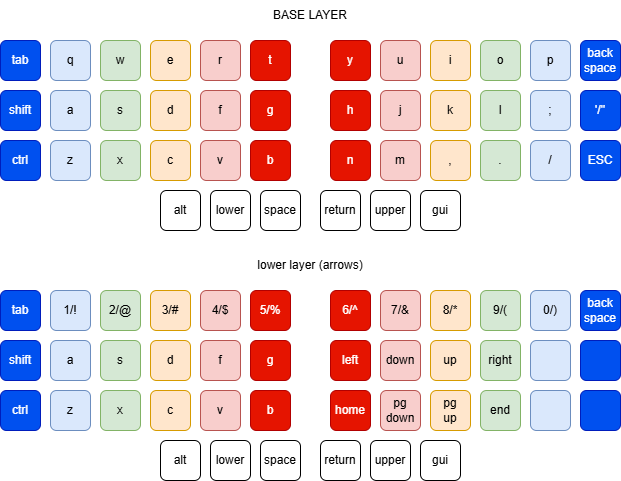
The draw.io diagram Laybout.png in nlarsen31/zmk-config, before a commit. Source tidied: cells renumbered, new cells last; positions are measured from the earlier drawing's top-left corner, leaving out a move shared by most shapes.
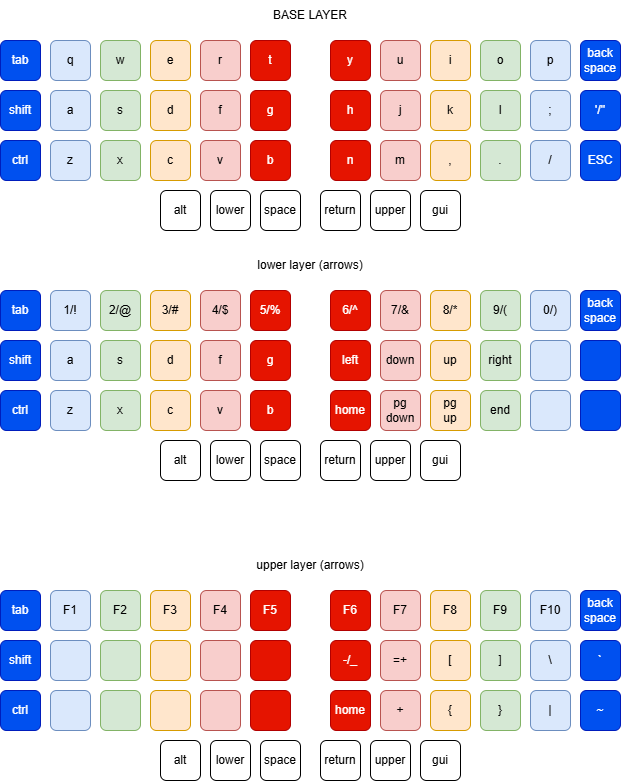
Above is the later version.

What changed in the source:
```diff
@@ -260,5 +260,134 @@
     <mxCell id="87" value="lower layer (arrows)" style="text;html=1;align=center;verticalAlign=middle;whiteSpace=wrap;rounded=1;" parent="1" vertex="1">
       <mxGeometry y="250" width="620" height="30" as="geometry" />
     </mxCell>
+    <mxCell id="88" value="tab" style="rounded=1;whiteSpace=wrap;html=1;fillColor=#0050ef;strokeColor=#001DBC;glass=0;shadow=0;fontColor=#ffffff;" parent="1" vertex="1">
+      <mxGeometry y="590" width="40" height="40" as="geometry" />
+    </mxCell>
+    <mxCell id="89" value="F1" style="rounded=1;whiteSpace=wrap;html=1;fillColor=#dae8fc;strokeColor=#6c8ebf;" parent="1" vertex="1">
+      <mxGeometry x="50" y="590" width="40" height="40" as="geometry" />
+    </mxCell>
+    <mxCell id="90" value="F2" style="rounded=1;whiteSpace=wrap;html=1;fillColor=#d5e8d4;strokeColor=#82b366;" parent="1" vertex="1">
+      <mxGeometry x="100" y="590" width="40" height="40" as="geometry" />
+    </mxCell>
+    <mxCell id="91" value="F3" style="rounded=1;whiteSpace=wrap;html=1;fillColor=#ffe6cc;strokeColor=#d79b00;" parent="1" vertex="1">
+      <mxGeometry x="150" y="590" width="40" height="40" as="geometry" />
+    </mxCell>
+    <mxCell id="92" value="F4" style="rounded=1;whiteSpace=wrap;html=1;fillColor=#f8cecc;strokeColor=#b85450;" parent="1" vertex="1">
+      <mxGeometry x="200" y="590" width="40" height="40" as="geometry" />
+    </mxCell>
+    <mxCell id="93" value="F5" style="rounded=1;whiteSpace=wrap;html=1;fillColor=#e51400;strokeColor=#B20000;fontColor=#ffffff;" parent="1" vertex="1">
+      <mxGeometry x="250" y="590" width="40" height="40" as="geometry" />
+    </mxCell>
+    <mxCell id="94" value="shift" style="rounded=1;whiteSpace=wrap;html=1;fillColor=#0050ef;strokeColor=#001DBC;glass=0;shadow=0;fontColor=#ffffff;" parent="1" vertex="1">
+      <mxGeometry y="640" width="40" height="40" as="geometry" />
+    </mxCell>
+    <mxCell id="95" style="rounded=1;whiteSpace=wrap;html=1;fillColor=#dae8fc;strokeColor=#6c8ebf;" parent="1" vertex="1">
+      <mxGeometry x="50" y="640" width="40" height="40" as="geometry" />
+    </mxCell>
+    <mxCell id="96" style="rounded=1;whiteSpace=wrap;html=1;fillColor=#d5e8d4;strokeColor=#82b366;" parent="1" vertex="1">
+      <mxGeometry x="100" y="640" width="40" height="40" as="geometry" />
+    </mxCell>
+    <mxCell id="97" style="rounded=1;whiteSpace=wrap;html=1;fillColor=#ffe6cc;strokeColor=#d79b00;" parent="1" vertex="1">
+      <mxGeometry x="150" y="640" width="40" height="40" as="geometry" />
+    </mxCell>
+    <mxCell id="98" style="rounded=1;whiteSpace=wrap;html=1;fillColor=#f8cecc;strokeColor=#b85450;" parent="1" vertex="1">
+      <mxGeometry x="200" y="640" width="40" height="40" as="geometry" />
+    </mxCell>
+    <mxCell id="99" style="rounded=1;whiteSpace=wrap;html=1;fillColor=#e51400;strokeColor=#B20000;fontColor=#ffffff;" parent="1" vertex="1">
+      <mxGeometry x="250" y="640" width="40" height="40" as="geometry" />
+    </mxCell>
+    <mxCell id="100" value="ctrl" style="rounded=1;whiteSpace=wrap;html=1;fillColor=#0050ef;strokeColor=#001DBC;glass=0;shadow=0;fontColor=#ffffff;" parent="1" vertex="1">
+      <mxGeometry y="690" width="40" height="40" as="geometry" />
+    </mxCell>
+    <mxCell id="101" style="rounded=1;whiteSpace=wrap;html=1;fillColor=#dae8fc;strokeColor=#6c8ebf;" parent="1" vertex="1">
+      <mxGeometry x="50" y="690" width="40" height="40" as="geometry" />
+    </mxCell>
+    <mxCell id="102" style="rounded=1;whiteSpace=wrap;html=1;fillColor=#d5e8d4;strokeColor=#82b366;" parent="1" vertex="1">
+      <mxGeometry x="100" y="690" width="40" height="40" as="geometry" />
+    </mxCell>
+    <mxCell id="103" style="rounded=1;whiteSpace=wrap;html=1;fillColor=#ffe6cc;strokeColor=#d79b00;" parent="1" vertex="1">
+      <mxGeometry x="150" y="690" width="40" height="40" as="geometry" />
+    </mxCell>
+    <mxCell id="104" style="rounded=1;whiteSpace=wrap;html=1;fillColor=#f8cecc;strokeColor=#b85450;" parent="1" vertex="1">
+      <mxGeometry x="200" y="690" width="40" height="40" as="geometry" />
+    </mxCell>
+    <mxCell id="105" style="rounded=1;whiteSpace=wrap;html=1;fillColor=#e51400;strokeColor=#B20000;fontColor=#ffffff;" parent="1" vertex="1">
+      <mxGeometry x="250" y="690" width="40" height="40" as="geometry" />
+    </mxCell>
+    <mxCell id="106" value="F6" style="rounded=1;whiteSpace=wrap;html=1;fillColor=#e51400;strokeColor=#B20000;fontColor=#ffffff;" parent="1" vertex="1">
+      <mxGeometry x="330" y="590" width="40" height="40" as="geometry" />
+    </mxCell>
+    <mxCell id="107" value="F7" style="rounded=1;whiteSpace=wrap;html=1;fillColor=#f8cecc;strokeColor=#b85450;" parent="1" vertex="1">
+      <mxGeometry x="380" y="590" width="40" height="40" as="geometry" />
+    </mxCell>
+    <mxCell id="108" value="F8" style="rounded=1;whiteSpace=wrap;html=1;fillColor=#ffe6cc;strokeColor=#d79b00;" parent="1" vertex="1">
+      <mxGeometry x="430" y="590" width="40" height="40" as="geometry" />
+    </mxCell>
+    <mxCell id="109" value="F9" style="rounded=1;whiteSpace=wrap;html=1;fillColor=#d5e8d4;strokeColor=#82b366;" parent="1" vertex="1">
+      <mxGeometry x="480" y="590" width="40" height="40" as="geometry" />
+    </mxCell>
+    <mxCell id="110" value="F10" style="rounded=1;whiteSpace=wrap;html=1;fillColor=#dae8fc;strokeColor=#6c8ebf;" parent="1" vertex="1">
+      <mxGeometry x="530" y="590" width="40" height="40" as="geometry" />
+    </mxCell>
+    <mxCell id="111" value="back&lt;div&gt;space&lt;/div&gt;" style="rounded=1;whiteSpace=wrap;html=1;fillColor=#0050ef;strokeColor=#001DBC;fontColor=#ffffff;" parent="1" vertex="1">
+      <mxGeometry x="580" y="590" width="40" height="40" as="geometry" />
+    </mxCell>
+    <mxCell id="112" value="-/_" style="rounded=1;whiteSpace=wrap;html=1;fillColor=#e51400;strokeColor=#B20000;fontColor=#ffffff;" parent="1" vertex="1">
+      <mxGeometry x="330" y="640" width="40" height="40" as="geometry" />
+    </mxCell>
+    <mxCell id="113" value="=+" style="rounded=1;whiteSpace=wrap;html=1;fillColor=#f8cecc;strokeColor=#b85450;" parent="1" vertex="1">
+      <mxGeometry x="380" y="640" width="40" height="40" as="geometry" />
+    </mxCell>
+    <mxCell id="114" value="[" style="rounded=1;whiteSpace=wrap;html=1;fillColor=#ffe6cc;strokeColor=#d79b00;" parent="1" vertex="1">
+      <mxGeometry x="430" y="640" width="40" height="40" as="geometry" />
+    </mxCell>
+    <mxCell id="115" value="]" style="rounded=1;whiteSpace=wrap;html=1;fillColor=#d5e8d4;strokeColor=#82b366;" parent="1" vertex="1">
+      <mxGeometry x="480" y="640" width="40" height="40" as="geometry" />
+    </mxCell>
+    <mxCell id="116" value="\" style="rounded=1;whiteSpace=wrap;html=1;fillColor=#dae8fc;strokeColor=#6c8ebf;" parent="1" vertex="1">
+      <mxGeometry x="530" y="640" width="40" height="40" as="geometry" />
+    </mxCell>
+    <mxCell id="117" value="`" style="rounded=1;whiteSpace=wrap;html=1;fillColor=#0050ef;strokeColor=#001DBC;fontColor=#ffffff;" parent="1" vertex="1">
+      <mxGeometry x="580" y="640" width="40" height="40" as="geometry" />
+    </mxCell>
+    <mxCell id="118" value="home" style="rounded=1;whiteSpace=wrap;html=1;fillColor=#e51400;strokeColor=#B20000;fontColor=#ffffff;" parent="1" vertex="1">
+      <mxGeometry x="330" y="690" width="40" height="40" as="geometry" />
+    </mxCell>
+    <mxCell id="119" value="+" style="rounded=1;whiteSpace=wrap;html=1;fillColor=#f8cecc;strokeColor=#b85450;" parent="1" vertex="1">
+      <mxGeometry x="380" y="690" width="40" height="40" as="geometry" />
+    </mxCell>
+    <mxCell id="120" value="{" style="rounded=1;whiteSpace=wrap;html=1;fillColor=#ffe6cc;strokeColor=#d79b00;" parent="1" vertex="1">
+      <mxGeometry x="430" y="690" width="40" height="40" as="geometry" />
+    </mxCell>
+    <mxCell id="121" value="}" style="rounded=1;whiteSpace=wrap;html=1;fillColor=#d5e8d4;strokeColor=#82b366;" parent="1" vertex="1">
+      <mxGeometry x="480" y="690" width="40" height="40" as="geometry" />
+    </mxCell>
+    <mxCell id="122" value="|" style="rounded=1;whiteSpace=wrap;html=1;fillColor=#dae8fc;strokeColor=#6c8ebf;" parent="1" vertex="1">
+      <mxGeometry x="530" y="690" width="40" height="40" as="geometry" />
+    </mxCell>
+    <mxCell id="123" value="~" style="rounded=1;whiteSpace=wrap;html=1;fillColor=#0050ef;strokeColor=#001DBC;fontColor=#ffffff;" parent="1" vertex="1">
+      <mxGeometry x="580" y="690" width="40" height="40" as="geometry" />
+    </mxCell>
+    <mxCell id="124" value="alt" style="rounded=1;whiteSpace=wrap;html=1;" parent="1" vertex="1">
+      <mxGeometry x="160" y="740" width="40" height="40" as="geometry" />
+    </mxCell>
+    <mxCell id="125" value="lower" style="rounded=1;whiteSpace=wrap;html=1;" parent="1" vertex="1">
+      <mxGeometry x="210" y="740" width="40" height="40" as="geometry" />
+    </mxCell>
+    <mxCell id="126" value="space" style="rounded=1;whiteSpace=wrap;html=1;" parent="1" vertex="1">
+      <mxGeometry x="260" y="740" width="40" height="40" as="geometry" />
+    </mxCell>
+    <mxCell id="127" value="return" style="rounded=1;whiteSpace=wrap;html=1;" parent="1" vertex="1">
+      <mxGeometry x="320" y="740" width="40" height="40" as="geometry" />
+    </mxCell>
+    <mxCell id="128" value="upper" style="rounded=1;whiteSpace=wrap;html=1;" parent="1" vertex="1">
+      <mxGeometry x="370" y="740" width="40" height="40" as="geometry" />
+    </mxCell>
+    <mxCell id="129" value="gui" style="rounded=1;whiteSpace=wrap;html=1;" parent="1" vertex="1">
+      <mxGeometry x="420" y="740" width="40" height="40" as="geometry" />
+    </mxCell>
+    <mxCell id="130" value="upper layer (arrows)" style="text;html=1;align=center;verticalAlign=middle;whiteSpace=wrap;rounded=1;" parent="1" vertex="1">
+      <mxGeometry y="550" width="620" height="30" as="geometry" />
+    </mxCell>
   </root>
 </mxGraphModel>
```
